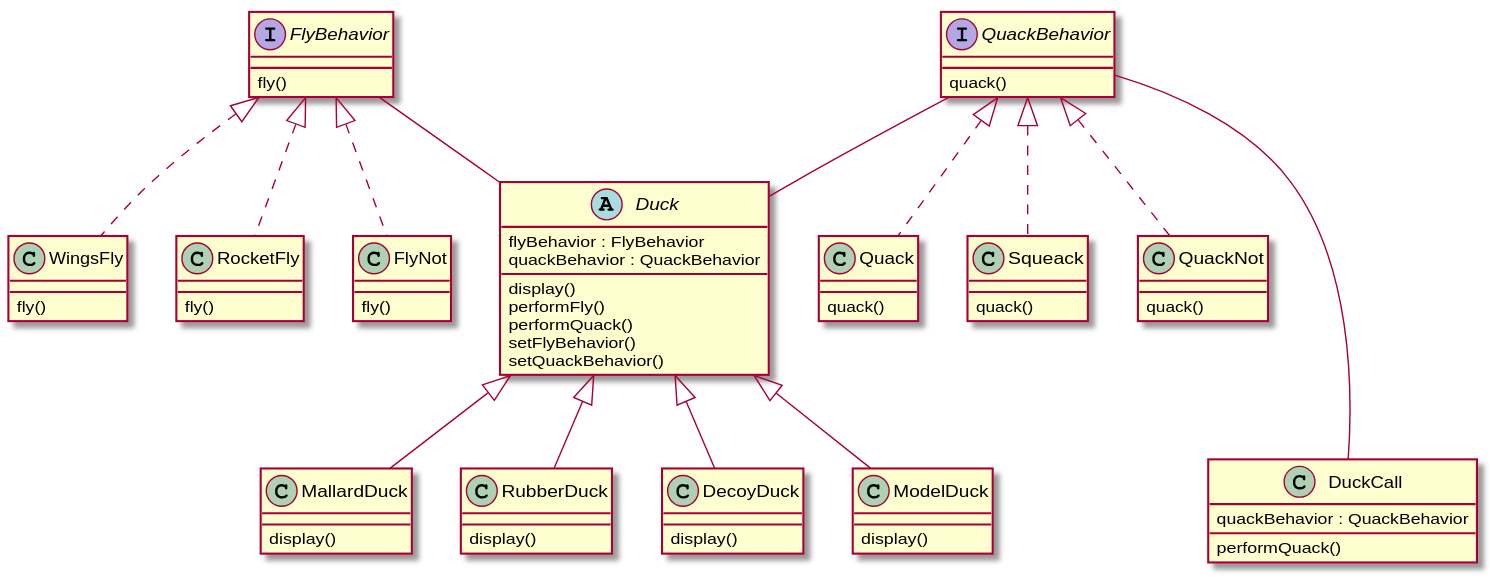
This is 01_strategy_pattern/uml.svg from alesgenova/design-patterns, a PlantUML export, as it was before one commit.
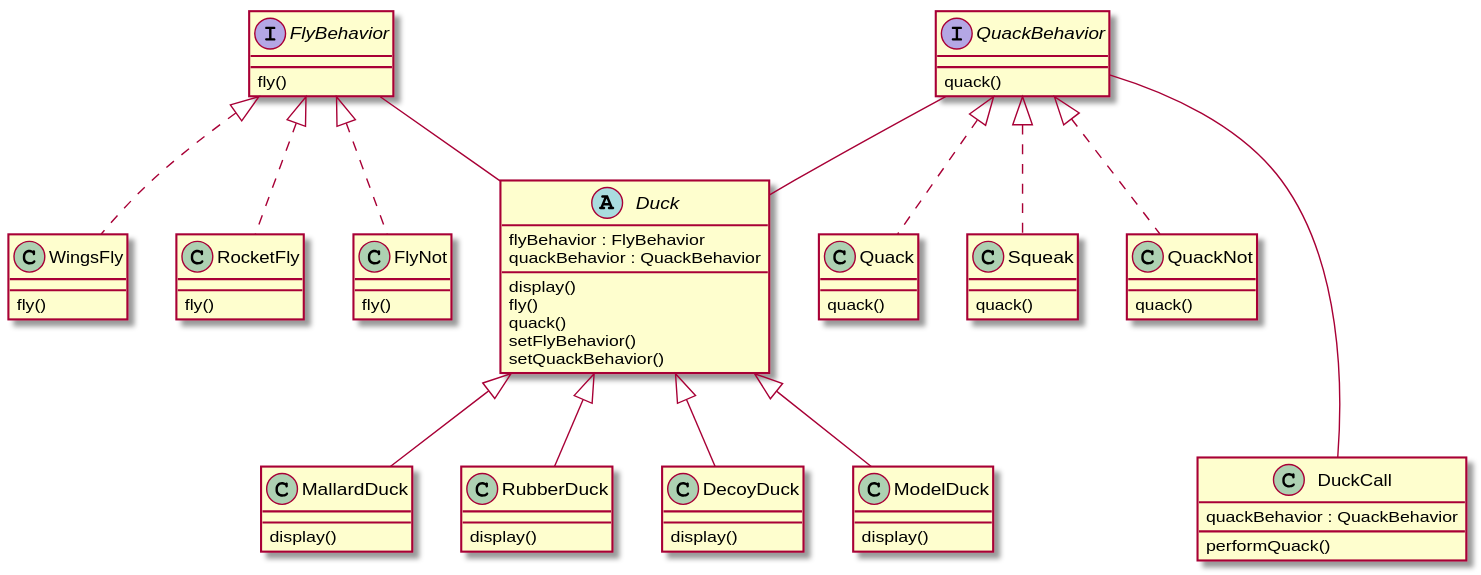
Later version of the same file.

The edit, as a diff of the source:
```diff
@@ -3,11 +3,10 @@
   flyBehavior : FlyBehavior
   quackBehavior : QuackBehavior
   display()
-  performFly()
-  performQuack()
+  fly()
+  quack()
   setFlyBehavior()
   setQuackBehavior()
-
 }
 
 Class MallardDuck{
@@ -50,7 +49,7 @@
   quack()
 }
 
-Class Squeack{
+Class Squeak{
   quack()
 }
 
@@ -75,7 +74,7 @@
 FlyBehavior <|.. FlyNot
 
 QuackBehavior <|.. Quack
-QuackBehavior <|.. Squeack
+QuackBehavior <|.. Squeak
 QuackBehavior <|.. QuackNot
 
 QuackBehavior -- Duck
```
